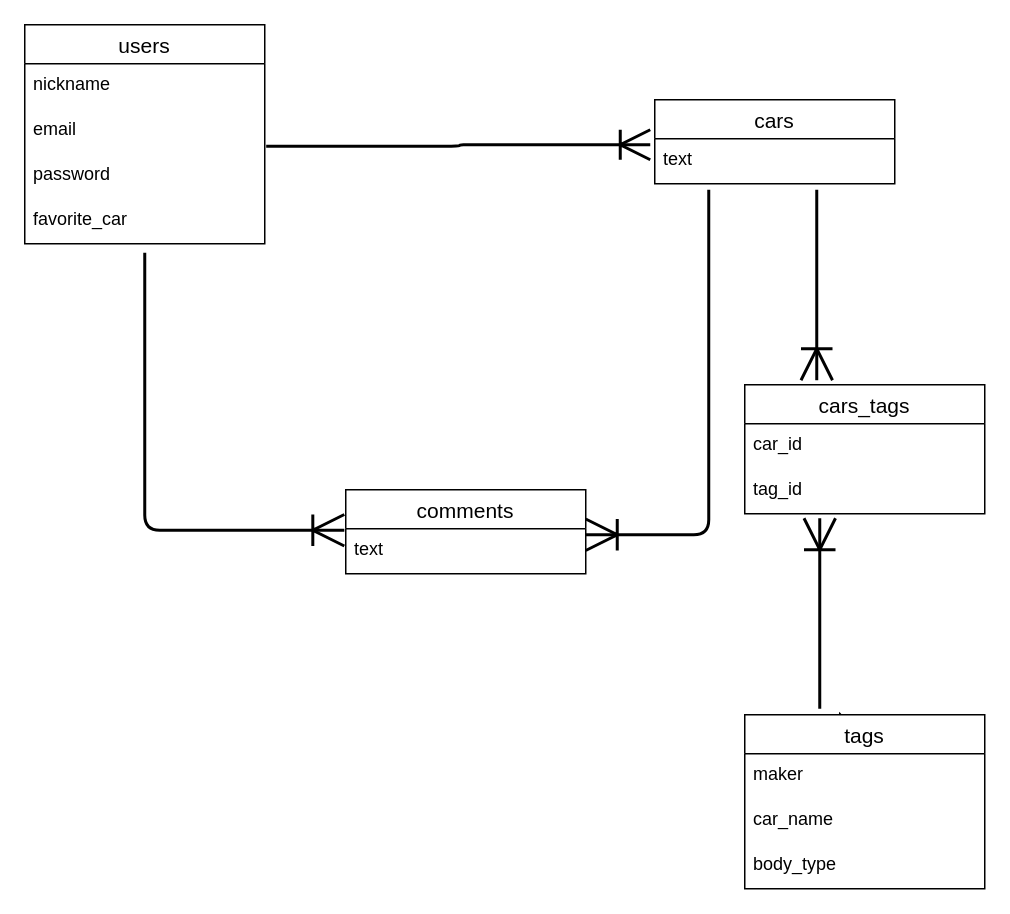
Earlier version of the draw.io diagram er.dio (tomomomoaki/car-car). Source tidied: cells renumbered, new cells numbered last; positions are measured from the earlier drawing's top-left corner, leaving out a move shared by most shapes. Both pictures are drawn from the tidied source at 150%, with x=0, y=0 at pixel (24, 24).
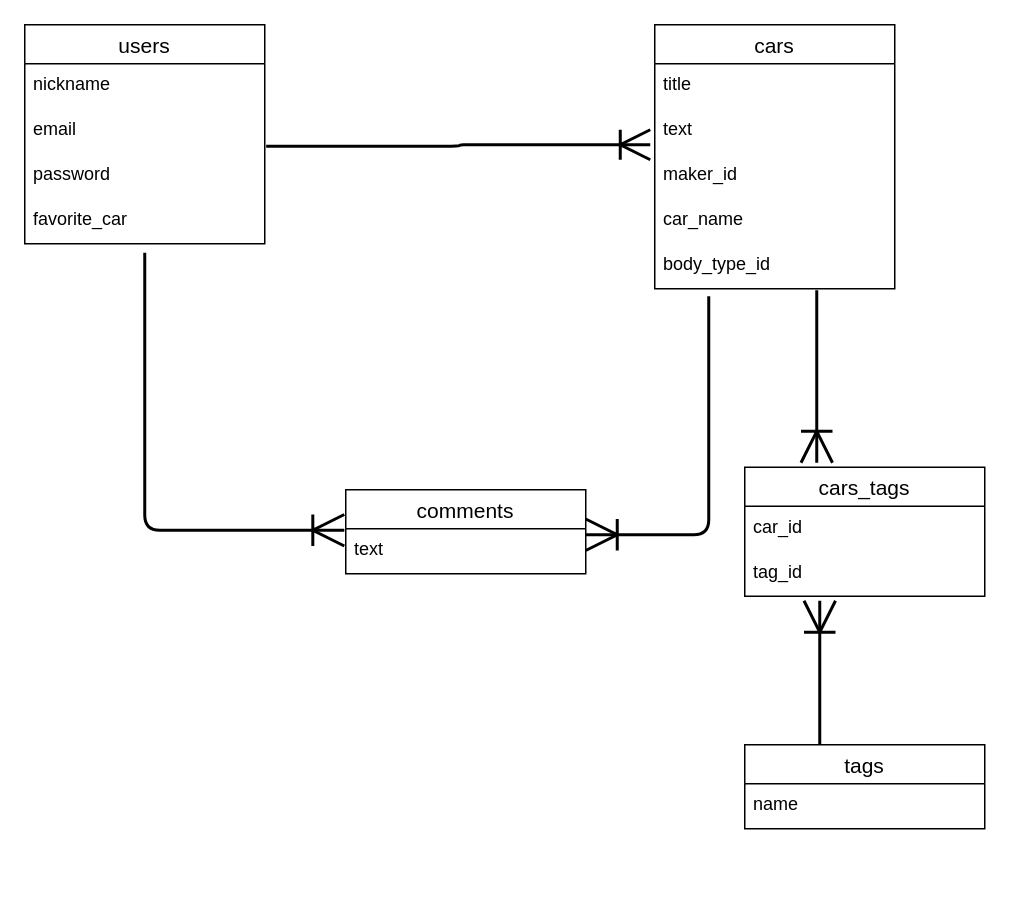
After the change.

The edit, as a diff of the source:
```diff
@@
-    <mxCell id="11" style="edgeStyle=orthogonalEdgeStyle;fontSize=12;html=1;endArrow=ERoneToMany;strokeWidth=2;endSize=18;" parent="1" edge="1">
+    <mxCell id="11" style="edgeStyle=orthogonalEdgeStyle;fontSize=12;html=1;endArrow=ERoneToMany;strokeWidth=2;endSize=18;exitX=0.225;exitY=1.167;exitDx=0;exitDy=0;exitPerimeter=0;" parent="1" edge="1" source="26">
       <mxGeometry relative="1" as="geometry">
-        <mxPoint x="456" y="110" as="sourcePoint" />
         <mxPoint x="374" y="340" as="targetPoint" />
         <Array as="points">
           <mxPoint x="456" y="340" />
         </Array>
       </mxGeometry>
     </mxCell>
-    <mxCell id="12" value="cars" style="swimlane;fontStyle=0;horizontal=1;startSize=26;align=center;fontSize=14;" parent="1" vertex="1">
-      <mxGeometry x="420" y="50" width="160" height="56" as="geometry" />
-    </mxCell>
-    <mxCell id="13" value="text" style="text;strokeColor=none;fillColor=none;spacingLeft=4;spacingRight=4;overflow=hidden;fontSize=12;" parent="12" vertex="1">
-      <mxGeometry y="26" width="160" height="30" as="geometry" />
-    </mxCell>
@@
+    <mxCell id="22" style="fontSize=12;html=1;endArrow=ERoneToMany;entryX=0.3;entryY=-0.035;entryDx=0;entryDy=0;entryPerimeter=0;strokeWidth=2;endSize=18;exitX=0.675;exitY=1.033;exitDx=0;exitDy=0;exitPerimeter=0;" parent="1" edge="1" source="26" target="19">
+      <mxGeometry relative="1" as="geometry" />
+    </mxCell>
+    <mxCell id="23" style="fontSize=12;html=1;endArrow=ERoneToMany;strokeWidth=2;endSize=18;" parent="1" edge="1">
+      <mxGeometry relative="1" as="geometry">
+        <mxPoint x="530" y="480" as="sourcePoint" />
+        <mxPoint x="530" y="384" as="targetPoint" />
+      </mxGeometry>
+    </mxCell>
     <mxCell id="15" value="tags" style="swimlane;fontStyle=0;horizontal=1;startSize=26;align=center;fontSize=14;" parent="1" vertex="1">
-      <mxGeometry x="480" y="460" width="160" height="116" as="geometry" />
+      <mxGeometry x="480" y="480" width="160" height="56" as="geometry" />
     </mxCell>
-    <mxCell id="16" value="maker" style="text;strokeColor=none;fillColor=none;spacingLeft=4;spacingRight=4;overflow=hidden;fontSize=12;" parent="15" vertex="1">
+    <mxCell id="16" value="name" style="text;strokeColor=none;fillColor=none;spacingLeft=4;spacingRight=4;overflow=hidden;fontSize=12;" parent="15" vertex="1">
       <mxGeometry y="26" width="160" height="30" as="geometry" />
     </mxCell>
-    <mxCell id="17" value="car_name" style="text;strokeColor=none;fillColor=none;spacingLeft=4;spacingRight=4;overflow=hidden;fontSize=12;" parent="15" vertex="1">
-      <mxGeometry y="56" width="160" height="30" as="geometry" />
-    </mxCell>
-    <mxCell id="18" value="body_type" style="text;strokeColor=none;fillColor=none;spacingLeft=4;spacingRight=4;overflow=hidden;fontSize=12;" parent="15" vertex="1">
-      <mxGeometry y="86" width="160" height="30" as="geometry" />
-    </mxCell>
     <mxCell id="19" value="cars_tags" style="swimlane;fontStyle=0;horizontal=1;startSize=26;align=center;fontSize=14;" parent="1" vertex="1">
-      <mxGeometry x="480" y="240" width="160" height="86" as="geometry" />
+      <mxGeometry x="480" y="295" width="160" height="86" as="geometry" />
     </mxCell>
@@
-    <mxCell id="22" style="fontSize=12;html=1;endArrow=ERoneToMany;entryX=0.3;entryY=-0.035;entryDx=0;entryDy=0;entryPerimeter=0;strokeWidth=2;endSize=18;" parent="1" edge="1" target="19">
-      <mxGeometry relative="1" as="geometry">
-        <mxPoint x="528" y="110" as="sourcePoint" />
-      </mxGeometry>
-    </mxCell>
-    <mxCell id="23" style="fontSize=12;html=1;endArrow=ERoneToMany;strokeWidth=2;endSize=18;" parent="1" edge="1">
-      <mxGeometry relative="1" as="geometry">
-        <mxPoint x="530" y="456" as="sourcePoint" />
-        <mxPoint x="530" y="329" as="targetPoint" />
-      </mxGeometry>
-    </mxCell>
+    <mxCell id="12" value="cars" style="swimlane;fontStyle=0;horizontal=1;startSize=26;align=center;fontSize=14;" parent="1" vertex="1">
+      <mxGeometry x="420" width="160" height="176" as="geometry" />
+    </mxCell>
+    <mxCell id="24" value="title" style="text;strokeColor=none;fillColor=none;spacingLeft=4;spacingRight=4;overflow=hidden;fontSize=12;" parent="12" vertex="1">
+      <mxGeometry y="26" width="160" height="30" as="geometry" />
+    </mxCell>
+    <mxCell id="13" value="text" style="text;strokeColor=none;fillColor=none;spacingLeft=4;spacingRight=4;overflow=hidden;fontSize=12;" parent="12" vertex="1">
+      <mxGeometry y="56" width="160" height="30" as="geometry" />
+    </mxCell>
+    <mxCell id="25" value="maker_id" style="text;strokeColor=none;fillColor=none;spacingLeft=4;spacingRight=4;overflow=hidden;fontSize=12;" parent="12" vertex="1">
+      <mxGeometry y="86" width="160" height="30" as="geometry" />
+    </mxCell>
+    <mxCell id="17" value="car_name" style="text;strokeColor=none;fillColor=none;spacingLeft=4;spacingRight=4;overflow=hidden;fontSize=12;" parent="12" vertex="1">
+      <mxGeometry y="116" width="160" height="30" as="geometry" />
+    </mxCell>
+    <mxCell id="26" value="body_type_id" style="text;strokeColor=none;fillColor=none;spacingLeft=4;spacingRight=4;overflow=hidden;points=[[0,0.5],[1,0.5]];portConstraint=eastwest;fontSize=12;" parent="12" vertex="1">
+      <mxGeometry y="146" width="160" height="30" as="geometry" />
+    </mxCell>
```
